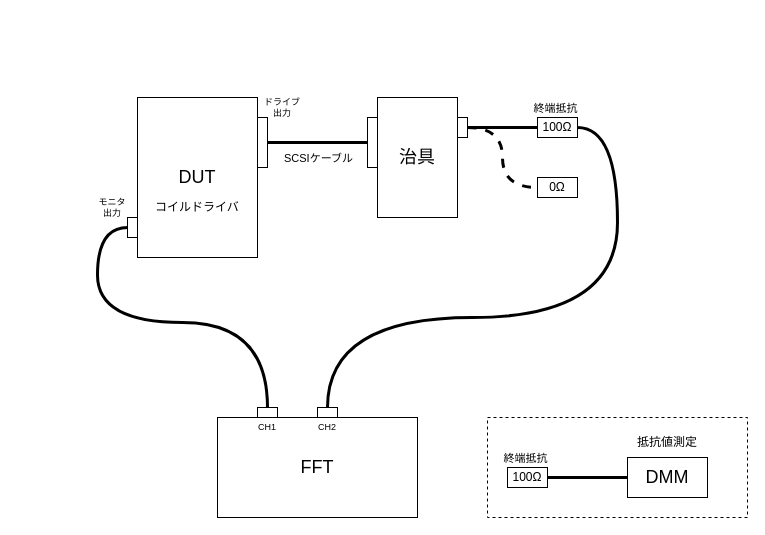
This is figures/CalCoilDriver_Cal_block.drawio from mm011106/CalCoilDriver, a draw.io file, before an edit. Source tidied: cells renumbered, new cells numbered last; positions are measured from the earlier drawing's top-left corner, leaving out a move shared by most shapes. Both pictures are drawn from the tidied source at 100%, with x=0, y=0 at pixel (77, 97).
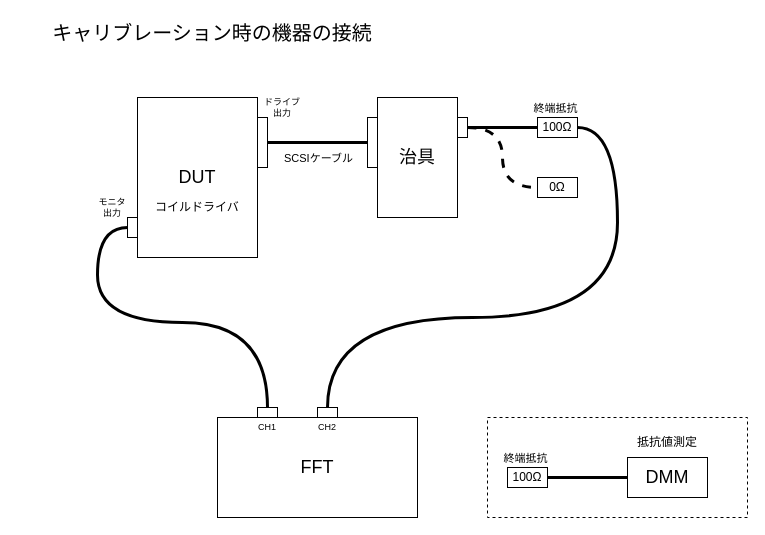
The same page after the edit.

Commit message (it also covers changes not shown here):
CalCoilDriver_Cal_block.drawio を更新します

What changed in the source:
```diff
@@
+    <mxCell id="31" value="キャリブレーション時の機器の接続" style="text;html=1;align=center;verticalAlign=middle;whiteSpace=wrap;rounded=0;fontSize=20;" parent="1" vertex="1">
+      <mxGeometry x="-60" y="-80" width="390" height="30" as="geometry" />
+    </mxCell>
```
